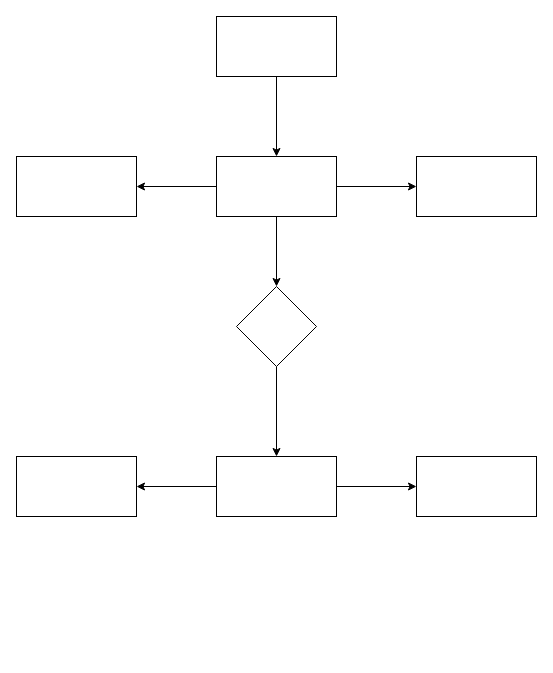
This is 云协作上传.drawio from yjwidr/diagarm, a draw.io file, before an edit. Source tidied: cells renumbered, new cells numbered last; positions are measured from the earlier drawing's top-left corner, leaving out a move shared by most shapes. Both pictures are drawn from the tidied source at 100%, with x=0, y=0 at pixel (16, 16).
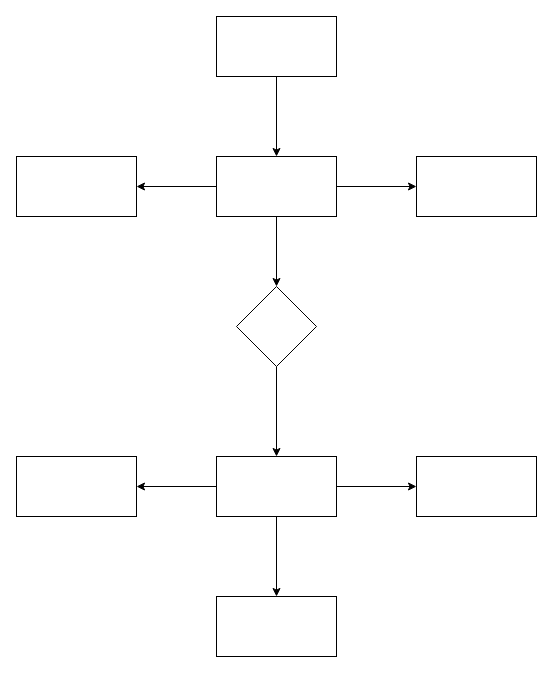
The same diagram, later.

Commit message:
更新云协作上传2.drawio

Change to the diagram source:
```diff
@@
 <mxGraphModel>
   <root>
     <mxCell id="0" />
     <mxCell id="1" parent="0" />
     <mxCell id="2" style="edgeStyle=orthogonalEdgeStyle;rounded=0;jettySize=auto;html=1;" parent="1" edge="1" source="3" target="7">
       <mxGeometry relative="1" as="geometry" />
     </mxCell>
     <mxCell id="3" style="rounded=0;whiteSpace=wrap;html=1;" parent="1" vertex="1">
       <mxGeometry x="200" width="120" height="60" as="geometry" />
     </mxCell>
     <mxCell id="4" style="edgeStyle=orthogonalEdgeStyle;rounded=0;jettySize=auto;html=1;" parent="1" edge="1" source="7" target="8">
       <mxGeometry relative="1" as="geometry" />
     </mxCell>
     <mxCell id="5" style="edgeStyle=orthogonalEdgeStyle;rounded=0;jettySize=auto;html=1;" parent="1" edge="1" source="7" target="9">
       <mxGeometry relative="1" as="geometry" />
     </mxCell>
     <mxCell id="6" style="edgeStyle=orthogonalEdgeStyle;rounded=0;jettySize=auto;html=1;" parent="1" edge="1" source="7" target="11">
       <mxGeometry relative="1" as="geometry" />
     </mxCell>
     <mxCell id="7" style="rounded=0;whiteSpace=wrap;html=1;" parent="1" vertex="1">
       <mxGeometry x="200" y="140" width="120" height="60" as="geometry" />
     </mxCell>
     <mxCell id="8" style="rounded=0;whiteSpace=wrap;html=1;" parent="1" vertex="1">
       <mxGeometry x="400" y="140" width="120" height="60" as="geometry" />
     </mxCell>
     <mxCell id="9" style="rounded=0;whiteSpace=wrap;html=1;" parent="1" vertex="1">
       <mxGeometry y="140" width="120" height="60" as="geometry" />
     </mxCell>
     <mxCell id="10" style="edgeStyle=orthogonalEdgeStyle;rounded=0;jettySize=auto;html=1;" parent="1" edge="1" source="11" target="14">
       <mxGeometry relative="1" as="geometry" />
     </mxCell>
     <mxCell id="11" style="rhombus;whiteSpace=wrap;html=1;rounded=0;" parent="1" vertex="1">
       <mxGeometry x="220" y="270" width="80" height="80" as="geometry" />
     </mxCell>
     <mxCell id="12" style="edgeStyle=orthogonalEdgeStyle;rounded=0;jettySize=auto;html=1;" parent="1" edge="1" source="14" target="15">
       <mxGeometry relative="1" as="geometry" />
     </mxCell>
     <mxCell id="13" style="edgeStyle=orthogonalEdgeStyle;rounded=0;jettySize=auto;html=1;" parent="1" edge="1" source="14" target="16">
       <mxGeometry relative="1" as="geometry" />
     </mxCell>
+    <mxCell id="17" style="edgeStyle=orthogonalEdgeStyle;rounded=0;jettySize=auto;html=1;" parent="1" edge="1" source="14" target="18">
+      <mxGeometry relative="1" as="geometry" />
+    </mxCell>
     <mxCell id="14" style="whiteSpace=wrap;html=1;rounded=0;" parent="1" vertex="1">
       <mxGeometry x="200" y="440" width="120" height="60" as="geometry" />
     </mxCell>
     <mxCell id="15" style="whiteSpace=wrap;html=1;rounded=0;" parent="1" vertex="1">
       <mxGeometry y="440" width="120" height="60" as="geometry" />
     </mxCell>
     <mxCell id="16" style="whiteSpace=wrap;html=1;rounded=0;" parent="1" vertex="1">
       <mxGeometry x="400" y="440" width="120" height="60" as="geometry" />
     </mxCell>
+    <mxCell id="18" style="whiteSpace=wrap;html=1;rounded=0;" parent="1" vertex="1">
+      <mxGeometry x="200" y="580" width="120" height="60" as="geometry" />
+    </mxCell>
   </root>
 </mxGraphModel>
```
